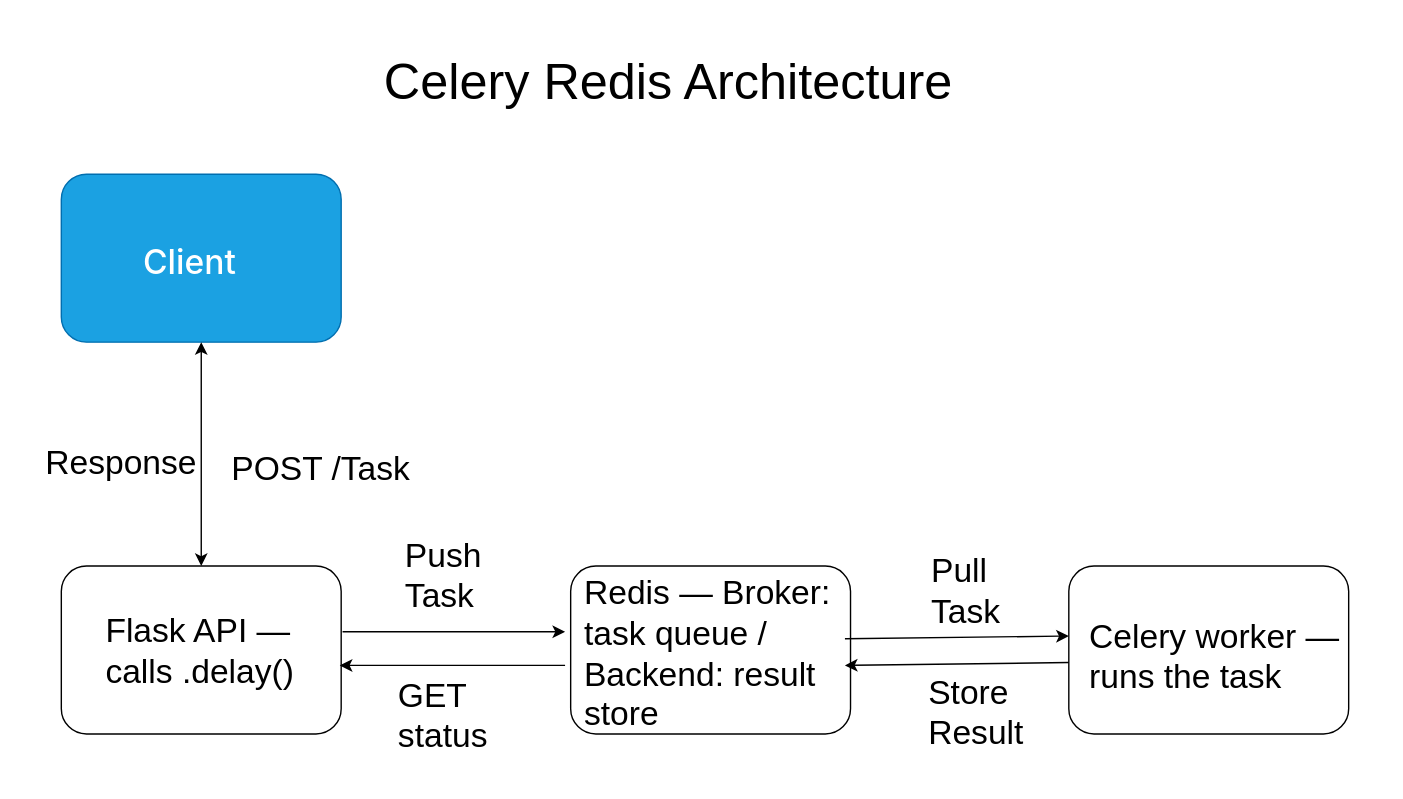
Before: Lab/Lab_2/images/Celery Redis Architecture.drawio.svg, a diagram exported from draw.io (iftakhar-323/lab). Source tidied: cells renumbered, new cells last; positions are measured from the earlier drawing's top-left corner, leaving out a move shared by most shapes.
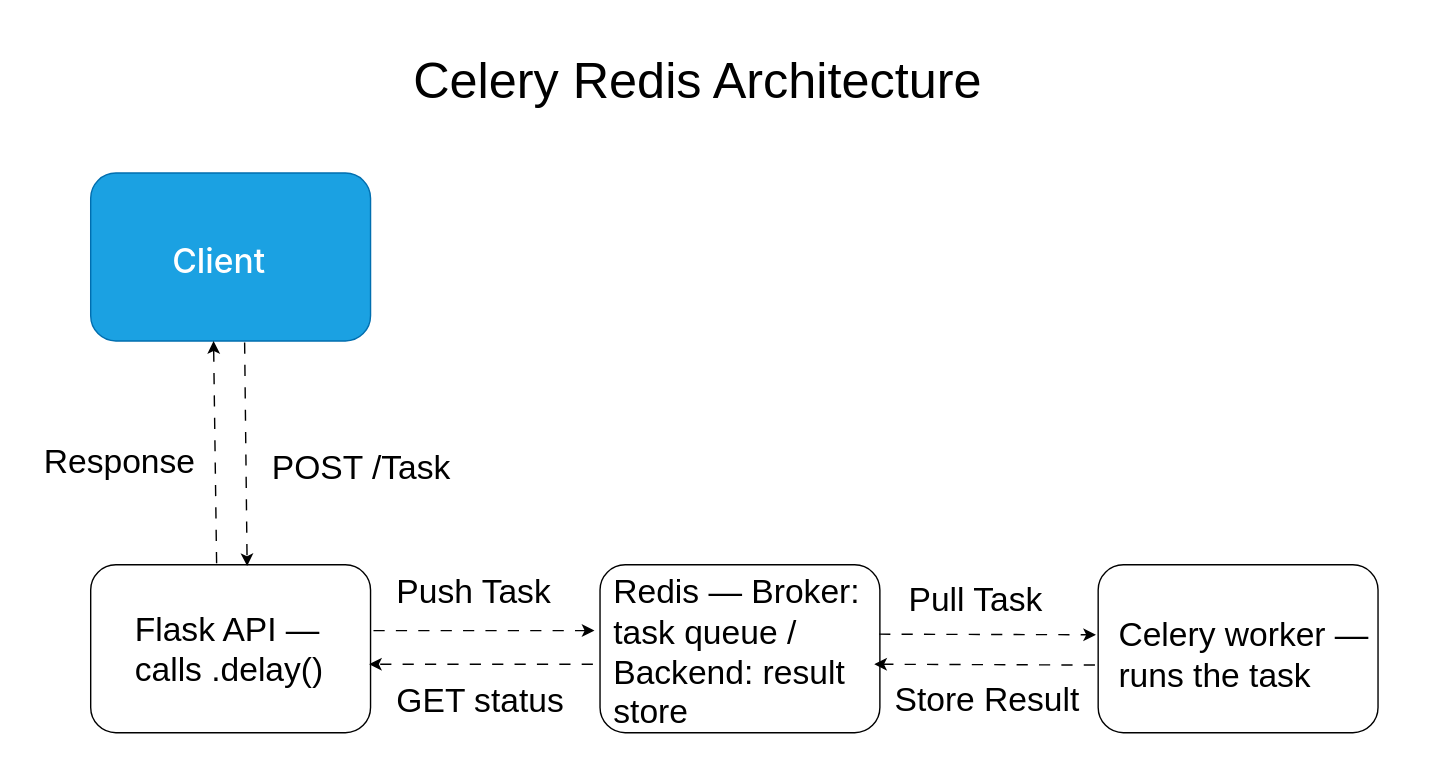
Above is the later version.

Diff of the diagram source:
```diff
@@ -14,30 +14,25 @@
     <mxCell id="5" style="rounded=1;whiteSpace=wrap;html=1;fillColor=light-dark(#FFFFFF,#CCFFFF);" parent="1" vertex="1">
       <mxGeometry x="733" y="374" width="200" height="120" as="geometry" />
     </mxCell>
-    <mxCell id="6" style="endArrow=classic;startArrow=classic;html=1;rounded=0;exitX=0.5;exitY=0;exitDx=0;exitDy=0;" parent="1" edge="1" source="3">
-      <mxGeometry relative="1" as="geometry">
-        <mxPoint x="113" y="214" as="targetPoint" />
-      </mxGeometry>
-    </mxCell>
-    <mxCell id="7" style="endArrow=classic;html=1;rounded=0;" parent="1" edge="1">
-      <mxGeometry relative="1" as="geometry">
-        <mxPoint x="214" y="421" as="sourcePoint" />
-        <mxPoint x="373" y="421" as="targetPoint" />
-      </mxGeometry>
-    </mxCell>
-    <mxCell id="8" style="endArrow=classic;html=1;rounded=0;entryX=0.995;entryY=0.592;entryDx=0;entryDy=0;entryPerimeter=0;" parent="1" edge="1" target="3">
-      <mxGeometry relative="1" as="geometry">
-        <mxPoint x="373" y="445" as="sourcePoint" />
-      </mxGeometry>
-    </mxCell>
-    <mxCell id="9" style="endArrow=classic;html=1;rounded=0;entryX=0;entryY=0.417;entryDx=0;entryDy=0;entryPerimeter=0;exitX=0.98;exitY=0.433;exitDx=0;exitDy=0;exitPerimeter=0;" parent="1" edge="1" source="4" target="5">
-      <mxGeometry relative="1" as="geometry" />
-    </mxCell>
-    <mxCell id="10" style="endArrow=classic;html=1;rounded=0;entryX=0.98;entryY=0.592;entryDx=0;entryDy=0;entryPerimeter=0;" parent="1" edge="1" target="4">
-      <mxGeometry relative="1" as="geometry">
-        <mxPoint x="733" y="443" as="sourcePoint" />
-      </mxGeometry>
-    </mxCell>
+    <mxCell id="22" style="endArrow=classic;html=1;rounded=0;flowAnimation=1;" parent="1" edge="1">
+      <mxGeometry relative="1" as="geometry">
+        <mxPoint x="214" y="421" as="sourcePoint" />
+        <mxPoint x="373" y="421" as="targetPoint" />
+      </mxGeometry>
+    </mxCell>
+    <mxCell id="23" style="endArrow=classic;html=1;rounded=0;entryX=0.995;entryY=0.592;entryDx=0;entryDy=0;entryPerimeter=0;flowAnimation=1;" parent="1" edge="1" target="3">
+      <mxGeometry relative="1" as="geometry">
+        <mxPoint x="373" y="445" as="sourcePoint" />
+      </mxGeometry>
+    </mxCell>
+    <mxCell id="24" style="endArrow=classic;html=1;rounded=0;exitX=0.992;exitY=0.413;exitDx=0;exitDy=0;exitPerimeter=0;flowAnimation=1;" parent="1" edge="1" source="4">
+      <mxGeometry relative="1" as="geometry">
+        <mxPoint x="731.4" y="424" as="targetPoint" />
+      </mxGeometry>
+    </mxCell>
+    <mxCell id="25" style="endArrow=classic;html=1;rounded=0;entryX=0.98;entryY=0.592;entryDx=0;entryDy=0;entryPerimeter=0;exitX=-0.006;exitY=0.597;exitDx=0;exitDy=0;exitPerimeter=0;flowAnimation=1;" parent="1" edge="1" source="5" target="4">
+      <mxGeometry relative="1" as="geometry" />
+    </mxCell>
     <mxCell id="11" value="&lt;span style=&quot;color: rgb(255, 255, 255); font-family: &amp;quot;Anthropic Sans&amp;quot;, -apple-system, BlinkMacSystemFont, &amp;quot;Segoe UI&amp;quot;, sans-serif; font-style: normal; font-variant-ligatures: normal; font-variant-caps: normal; font-weight: 500; letter-spacing: normal; orphans: 2; text-align: start; text-indent: 0px; text-transform: none; widows: 2; word-spacing: 0px; -webkit-text-stroke-width: 0px; white-space: nowrap; text-decoration-thickness: initial; text-decoration-style: initial; text-decoration-color: initial; float: none; display: inline !important;&quot;&gt;&lt;font style=&quot;font-size: 24px;&quot;&gt;Client&lt;/font&gt;&lt;/span&gt;" style="text;html=1;whiteSpace=wrap;strokeColor=none;fillColor=none;align=center;verticalAlign=middle;rounded=0;" parent="1" vertex="1">
       <mxGeometry x="75" y="143" width="60" height="30" as="geometry" />
     </mxCell>
@@ -48,28 +43,38 @@
       <mxGeometry x="746" y="404" width="190" height="40" as="geometry" />
     </mxCell>
     <mxCell id="14" value="&lt;font style=&quot;font-size: 24px;&quot;&gt;POST /Task&lt;/font&gt;" style="text;whiteSpace=wrap;html=1;" parent="1" vertex="1">
-      <mxGeometry x="133" y="284" width="140" height="40" as="geometry" />
+      <mxGeometry x="141" y="284" width="140" height="40" as="geometry" />
     </mxCell>
     <mxCell id="15" value="&lt;font style=&quot;font-size: 24px;&quot;&gt;Response&lt;/font&gt;" style="text;whiteSpace=wrap;html=1;" parent="1" vertex="1">
-      <mxGeometry y="280" width="80" height="40" as="geometry" />
+      <mxGeometry x="-22" y="280" width="80" height="40" as="geometry" />
     </mxCell>
     <mxCell id="16" value="&lt;font style=&quot;font-size: 24px;&quot;&gt;Push Task&lt;/font&gt;" style="text;whiteSpace=wrap;html=1;" parent="1" vertex="1">
-      <mxGeometry x="257" y="346" width="112" height="40" as="geometry" />
+      <mxGeometry x="230" y="373" width="186" height="40" as="geometry" />
     </mxCell>
     <mxCell id="17" value="&lt;font style=&quot;font-size: 24px;&quot;&gt;GET status&lt;/font&gt;" style="text;whiteSpace=wrap;html=1;" parent="1" vertex="1">
-      <mxGeometry x="252" y="446" width="90" height="40" as="geometry" />
+      <mxGeometry x="230" y="451" width="131" height="40" as="geometry" />
     </mxCell>
     <mxCell id="18" value="&lt;font style=&quot;font-size: 36px;&quot;&gt;Celery Redis Architecture&lt;/font&gt;" style="text;whiteSpace=wrap;html=1;" parent="1" vertex="1">
       <mxGeometry x="242" width="700" height="40" as="geometry" />
     </mxCell>
     <mxCell id="19" value="&lt;font style=&quot;font-size: 24px;&quot;&gt;Pull Task&lt;/font&gt;" style="text;whiteSpace=wrap;html=1;" parent="1" vertex="1">
-      <mxGeometry x="633" y="357" width="80" height="40" as="geometry" />
+      <mxGeometry x="596" y="379" width="150" height="40" as="geometry" />
     </mxCell>
     <mxCell id="20" value="&lt;font style=&quot;font-size: 24px;&quot;&gt;Store Result&lt;/font&gt;" style="text;whiteSpace=wrap;html=1;" parent="1" vertex="1">
-      <mxGeometry x="631" y="444" width="90" height="40" as="geometry" />
+      <mxGeometry x="586" y="450" width="148" height="40" as="geometry" />
     </mxCell>
     <mxCell id="21" value="&lt;span style=&quot;color: light-dark(rgb(0, 0, 0), rgb(0, 0, 0));&quot;&gt;&lt;font style=&quot;font-size: 24px;&quot;&gt;Flask API — calls .delay()&lt;/font&gt;&lt;/span&gt;" style="text;whiteSpace=wrap;html=1;" parent="1" vertex="1">
       <mxGeometry x="43" y="400" width="170" height="40" as="geometry" />
     </mxCell>
+    <mxCell id="26" style="endArrow=classic;html=1;rounded=0;entryX=0.559;entryY=0.007;entryDx=0;entryDy=0;entryPerimeter=0;flowAnimation=1;" parent="1" edge="1" target="3">
+      <mxGeometry relative="1" as="geometry">
+        <mxPoint x="123" y="214" as="sourcePoint" />
+      </mxGeometry>
+    </mxCell>
+    <mxCell id="27" style="endArrow=classic;html=1;rounded=0;entryX=0.439;entryY=1.001;entryDx=0;entryDy=0;entryPerimeter=0;flowAnimation=1;" parent="1" edge="1" target="2">
+      <mxGeometry relative="1" as="geometry">
+        <mxPoint x="103" y="374" as="sourcePoint" />
+      </mxGeometry>
+    </mxCell>
   </root>
 </mxGraphModel>
```
